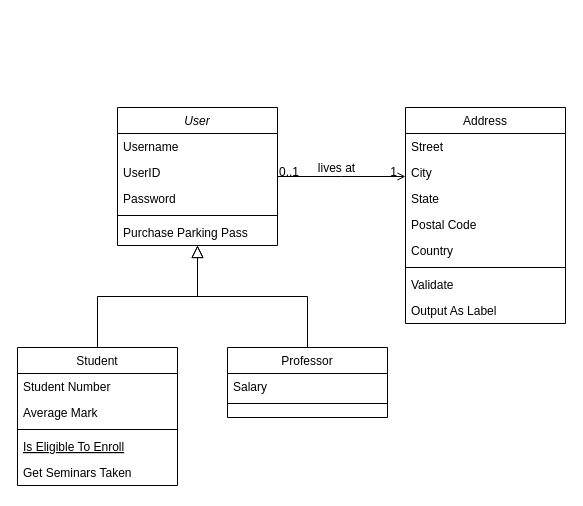
Above: class-diag.drawio in kejinglu/demo_23winter_web_project_docs (draw.io), before the change. Source tidied: cells renumbered, new cells numbered last; positions are measured from the earlier drawing's top-left corner, leaving out a move shared by most shapes. Both pictures are drawn from the tidied source at 100%, with x=0, y=0 at pixel (17, 107).
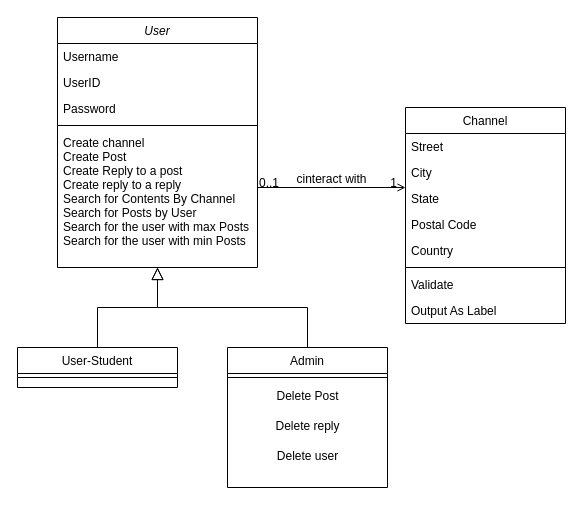
After the change.

Unchanged cells that the change refers to:
```xml
<mxCell id="28" style="endArrow=open;shadow=0;strokeWidth=1;rounded=0;endFill=1;edgeStyle=elbowEdgeStyle;elbow=vertical;" parent="1" edge="1" source="2" target="19">
  <mxGeometry x="0.5" y="41" relative="1" as="geometry">
    <mxPoint x="-40" y="32" as="offset" />
  </mxGeometry>
</mxCell>
```

Change to the diagram source:
```diff
@@
     <mxCell id="2" value="User" style="swimlane;fontStyle=2;align=center;verticalAlign=top;horizontal=1;startSize=26;rounded=0;shadow=0;strokeWidth=1;" parent="1" vertex="1">
-      <mxGeometry x="100" width="160" height="138" as="geometry" />
+      <mxGeometry x="40" y="-90" width="200" height="250" as="geometry" />
     </mxCell>
     <mxCell id="3" value="Username" style="text;align=left;verticalAlign=top;spacingLeft=4;spacingRight=4;overflow=hidden;" parent="2" vertex="1">
-      <mxGeometry y="26" width="160" height="26" as="geometry" />
+      <mxGeometry y="26" width="200" height="26" as="geometry" />
     </mxCell>
     <mxCell id="4" value="UserID" style="text;align=left;verticalAlign=top;spacingLeft=4;spacingRight=4;overflow=hidden;rounded=0;shadow=0;html=0;" parent="2" vertex="1">
-      <mxGeometry y="52" width="160" height="26" as="geometry" />
+      <mxGeometry y="52" width="200" height="26" as="geometry" />
     </mxCell>
     <mxCell id="5" value="Password" style="text;align=left;verticalAlign=top;spacingLeft=4;spacingRight=4;overflow=hidden;rounded=0;shadow=0;html=0;" parent="2" vertex="1">
-      <mxGeometry y="78" width="160" height="26" as="geometry" />
+      <mxGeometry y="78" width="200" height="26" as="geometry" />
     </mxCell>
     <mxCell id="6" style="line;html=1;strokeWidth=1;align=left;verticalAlign=middle;spacingTop=-1;spacingLeft=3;spacingRight=3;labelPosition=right;" parent="2" vertex="1">
-      <mxGeometry y="104" width="160" height="8" as="geometry" />
+      <mxGeometry y="104" width="200" height="8" as="geometry" />
     </mxCell>
-    <mxCell id="7" value="Purchase Parking Pass" style="text;align=left;verticalAlign=top;spacingLeft=4;spacingRight=4;overflow=hidden;" parent="2" vertex="1">
-      <mxGeometry y="112" width="160" height="26" as="geometry" />
+    <mxCell id="7" value="Create channel&#10;Create Post&#10;Create Reply to a post&#10;Create reply to a reply&#10;Search for Contents By Channel&#10;Search for Posts by User&#10;Search for the user with max Posts&#10;Search for the user with min Posts" style="text;align=left;verticalAlign=top;spacingLeft=4;spacingRight=4;overflow=hidden;" parent="2" vertex="1">
+      <mxGeometry y="112" width="200" height="138" as="geometry" />
     </mxCell>
-    <mxCell id="8" value="Student" style="swimlane;fontStyle=0;align=center;verticalAlign=top;horizontal=1;startSize=26;rounded=0;shadow=0;strokeWidth=1;" parent="1" vertex="1">
-      <mxGeometry y="240" width="160" height="138" as="geometry" />
+    <mxCell id="8" value="User-Student" style="swimlane;fontStyle=0;align=center;verticalAlign=top;horizontal=1;startSize=26;rounded=0;shadow=0;strokeWidth=1;" parent="1" vertex="1">
+      <mxGeometry y="240" width="160" height="40" as="geometry" />
     </mxCell>
-    <mxCell id="9" value="Student Number" style="text;align=left;verticalAlign=top;spacingLeft=4;spacingRight=4;overflow=hidden;" parent="8" vertex="1">
-      <mxGeometry y="26" width="160" height="26" as="geometry" />
-    </mxCell>
-    <mxCell id="10" value="Average Mark" style="text;align=left;verticalAlign=top;spacingLeft=4;spacingRight=4;overflow=hidden;rounded=0;shadow=0;html=0;" parent="8" vertex="1">
-      <mxGeometry y="52" width="160" height="26" as="geometry" />
-    </mxCell>
     <mxCell id="11" style="line;html=1;strokeWidth=1;align=left;verticalAlign=middle;spacingTop=-1;spacingLeft=3;spacingRight=3;labelPosition=right;" parent="8" vertex="1">
-      <mxGeometry y="78" width="160" height="8" as="geometry" />
+      <mxGeometry y="26" width="160" height="8" as="geometry" />
     </mxCell>
-    <mxCell id="12" value="Is Eligible To Enroll" style="text;align=left;verticalAlign=top;spacingLeft=4;spacingRight=4;overflow=hidden;fontStyle=4;" parent="8" vertex="1">
-      <mxGeometry y="86" width="160" height="26" as="geometry" />
-    </mxCell>
-    <mxCell id="13" value="Get Seminars Taken" style="text;align=left;verticalAlign=top;spacingLeft=4;spacingRight=4;overflow=hidden;" parent="8" vertex="1">
-      <mxGeometry y="112" width="160" height="26" as="geometry" />
-    </mxCell>
@@
-    <mxCell id="15" value="Professor" style="swimlane;fontStyle=0;align=center;verticalAlign=top;horizontal=1;startSize=26;rounded=0;shadow=0;strokeWidth=1;" parent="1" vertex="1">
-      <mxGeometry x="210" y="240" width="160" height="70" as="geometry" />
+    <mxCell id="15" value="Admin" style="swimlane;fontStyle=0;align=center;verticalAlign=top;horizontal=1;startSize=26;rounded=0;shadow=0;strokeWidth=1;" parent="1" vertex="1">
+      <mxGeometry x="210" y="240" width="160" height="140" as="geometry" />
     </mxCell>
-    <mxCell id="16" value="Salary" style="text;align=left;verticalAlign=top;spacingLeft=4;spacingRight=4;overflow=hidden;" parent="15" vertex="1">
-      <mxGeometry y="26" width="160" height="26" as="geometry" />
-    </mxCell>
     <mxCell id="17" style="line;html=1;strokeWidth=1;align=left;verticalAlign=middle;spacingTop=-1;spacingLeft=3;spacingRight=3;labelPosition=right;" parent="15" vertex="1">
-      <mxGeometry y="52" width="160" height="8" as="geometry" />
+      <mxGeometry y="26" width="160" height="8" as="geometry" />
     </mxCell>
+    <mxCell id="32" value="Delete Post" style="text;html=1;align=center;verticalAlign=middle;strokeColor=none;fillColor=none;" parent="15" vertex="1">
+      <mxGeometry y="34" width="160" height="30" as="geometry" />
+    </mxCell>
+    <mxCell id="33" value="Delete reply" style="text;html=1;align=center;verticalAlign=middle;strokeColor=none;fillColor=none;" parent="15" vertex="1">
+      <mxGeometry y="64" width="160" height="30" as="geometry" />
+    </mxCell>
+    <mxCell id="34" value="Delete user" style="text;html=1;align=center;verticalAlign=middle;strokeColor=none;fillColor=none;" parent="15" vertex="1">
+      <mxGeometry y="94" width="160" height="30" as="geometry" />
+    </mxCell>
@@
-    <mxCell id="19" value="Address" style="swimlane;fontStyle=0;align=center;verticalAlign=top;horizontal=1;startSize=26;rounded=0;shadow=0;strokeWidth=1;" parent="1" vertex="1">
+    <mxCell id="19" value="Channel" style="swimlane;fontStyle=0;align=center;verticalAlign=top;horizontal=1;startSize=26;rounded=0;shadow=0;strokeWidth=1;" parent="1" vertex="1">
       <mxGeometry x="388" width="160" height="216" as="geometry" />
     </mxCell>
@@
-    <mxCell id="31" value="lives at" style="text;html=1;align=center;verticalAlign=middle;labelBackgroundColor=none;rounded=0;shadow=0;strokeWidth=1;fontSize=12;" parent="28" vertex="1">
+    <mxCell id="31" value="cinteract with" style="text;html=1;align=center;verticalAlign=middle;labelBackgroundColor=none;rounded=0;shadow=0;strokeWidth=1;fontSize=12;" parent="28" vertex="1">
       <mxGeometry x="0.5" y="49" relative="1" as="geometry">
         <mxPoint x="-38" y="40" as="offset" />
       </mxGeometry>
     </mxCell>
```
